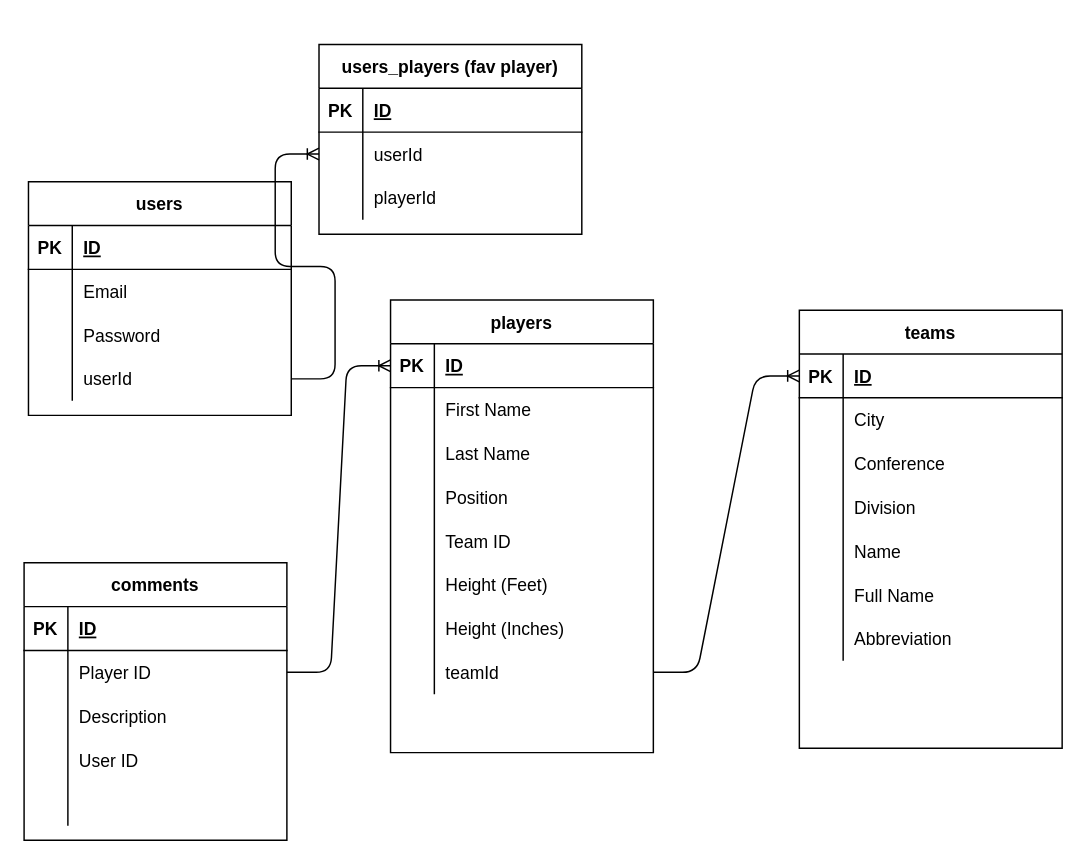
Earlier version of the draw.io diagram ERD.drawio (devin-lynch/proj-2-nba-app). Source tidied: cells renumbered, new cells numbered last; positions are measured from the earlier drawing's top-left corner, leaving out a move shared by most shapes. Both pictures are drawn from the tidied source at 146%, with x=0, y=0 at pixel (23, 44).
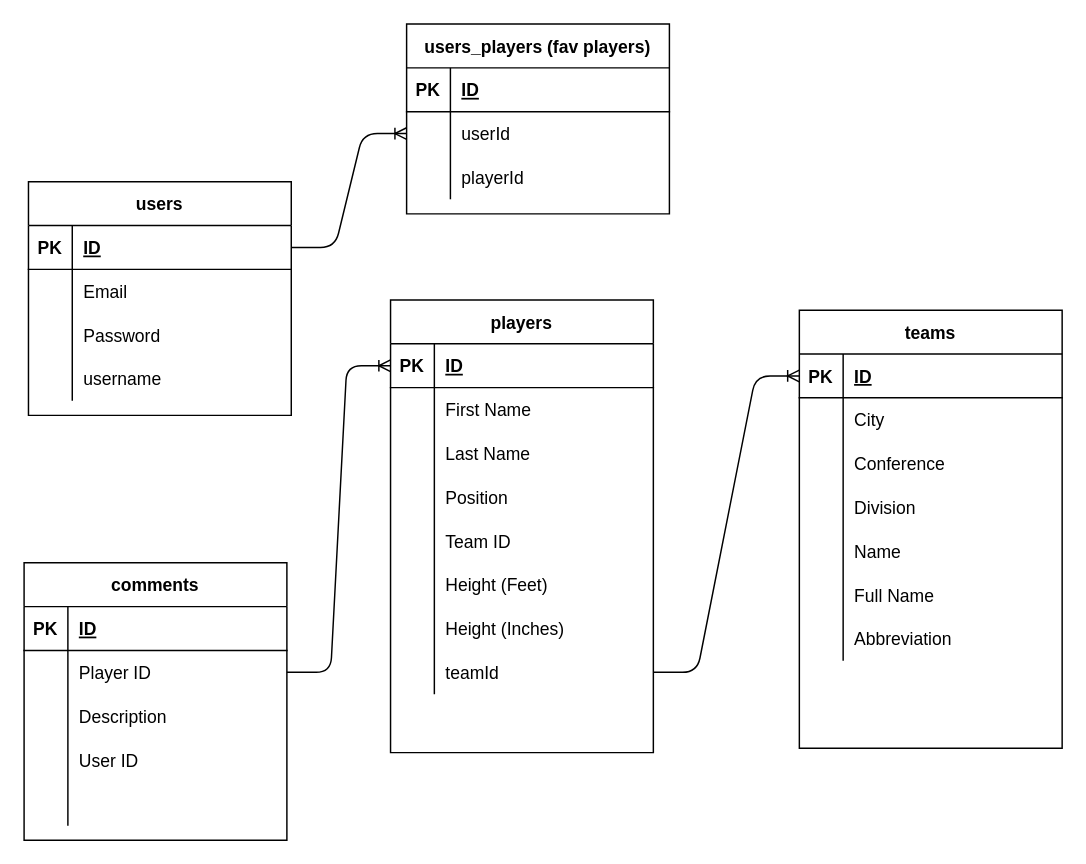
The same diagram, later.

Commit message (it also covers changes not shown here):
Display fav players from db onto user profile

The change refers to these unchanged cells:
```xml
<mxCell id="50" style="shape=partialRectangle;fillColor=none;top=0;left=0;bottom=1;right=0;points=[[0,0.5],[1,0.5]];portConstraint=eastwest;" parent="49" vertex="1">
  <mxGeometry y="30" width="180" height="30" as="geometry" />
</mxCell>
<mxCell id="59" style="shape=partialRectangle;fillColor=none;top=0;left=0;bottom=0;right=0;points=[[0,0.5],[1,0.5]];portConstraint=eastwest;" parent="49" vertex="1">
  <mxGeometry y="120" width="180" height="30" as="geometry" />
</mxCell>
<mxCell id="84" style="shape=partialRectangle;fillColor=none;top=0;left=0;bottom=0;right=0;points=[[0,0.5],[1,0.5]];portConstraint=eastwest;" parent="80" vertex="1">
  <mxGeometry y="60" width="180" height="30" as="geometry" />
</mxCell>
```

Diff of the diagram source:
```diff
@@
-    <mxCell id="61" value="userId" style="shape=partialRectangle;fillColor=none;top=0;left=0;bottom=0;right=0;align=left;spacingLeft=6;overflow=hidden;" parent="59" vertex="1">
+    <mxCell id="61" value="username" style="shape=partialRectangle;fillColor=none;top=0;left=0;bottom=0;right=0;align=left;spacingLeft=6;overflow=hidden;" parent="59" vertex="1">
       <mxGeometry x="30" width="150" height="30" as="geometry" />
     </mxCell>
-    <mxCell id="62" style="edgeStyle=entityRelationEdgeStyle;fontSize=12;html=1;endArrow=ERoneToMany;exitX=1;exitY=0.5;exitDx=0;exitDy=0;entryX=0;entryY=0.5;entryDx=0;entryDy=0;" parent="1" edge="1" source="59" target="84">
+    <mxCell id="62" style="edgeStyle=entityRelationEdgeStyle;fontSize=12;html=1;endArrow=ERoneToMany;exitX=1;exitY=0.5;exitDx=0;exitDy=0;entryX=0;entryY=0.5;entryDx=0;entryDy=0;" parent="1" edge="1" source="50" target="84">
       <mxGeometry relative="1" as="geometry" />
     </mxCell>
@@
-    <mxCell id="80" value="users_players (fav player)" style="shape=table;startSize=30;childLayout=tableLayout;rowLines=0;fontStyle=1;align=center;" parent="1" vertex="1">
-      <mxGeometry x="202" width="180" height="130" as="geometry" />
+    <mxCell id="80" value="users_players (fav players)" style="shape=table;startSize=30;childLayout=tableLayout;rowLines=0;fontStyle=1;align=center;" parent="1" vertex="1">
+      <mxGeometry x="262" y="-14" width="180" height="130" as="geometry" />
     </mxCell>
```
